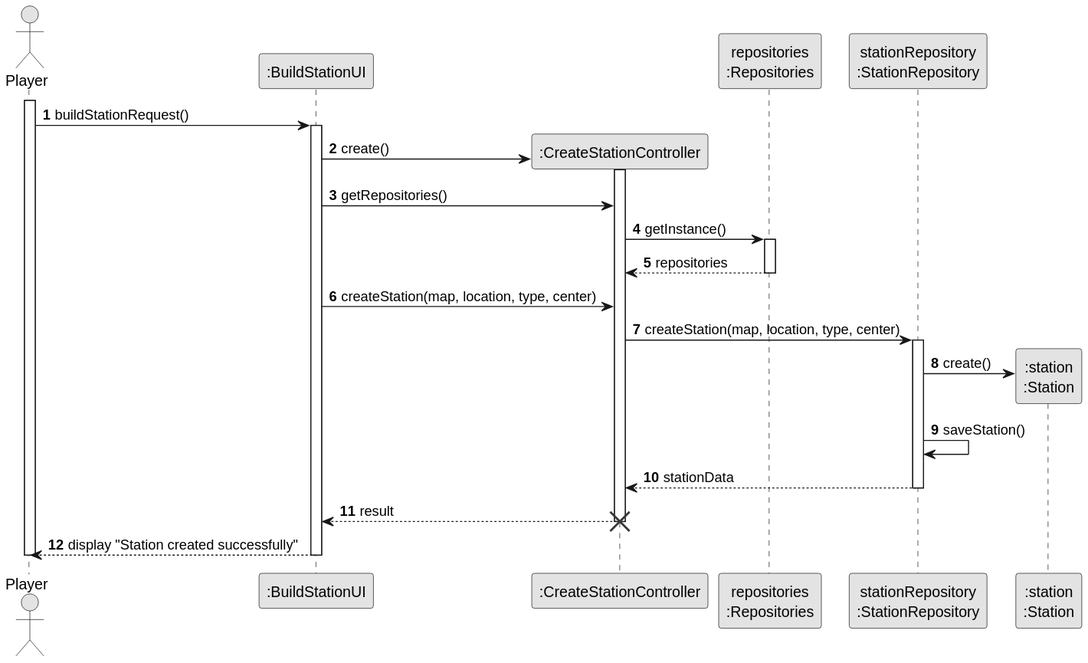
goncalolopesp/sem2-pi-24.25-g093-repo keeps this PlantUML diagram as docs/system-documentation/US005/03.design/svg/US005-SD-createAndSuccess.svg. Above is the earlier version.
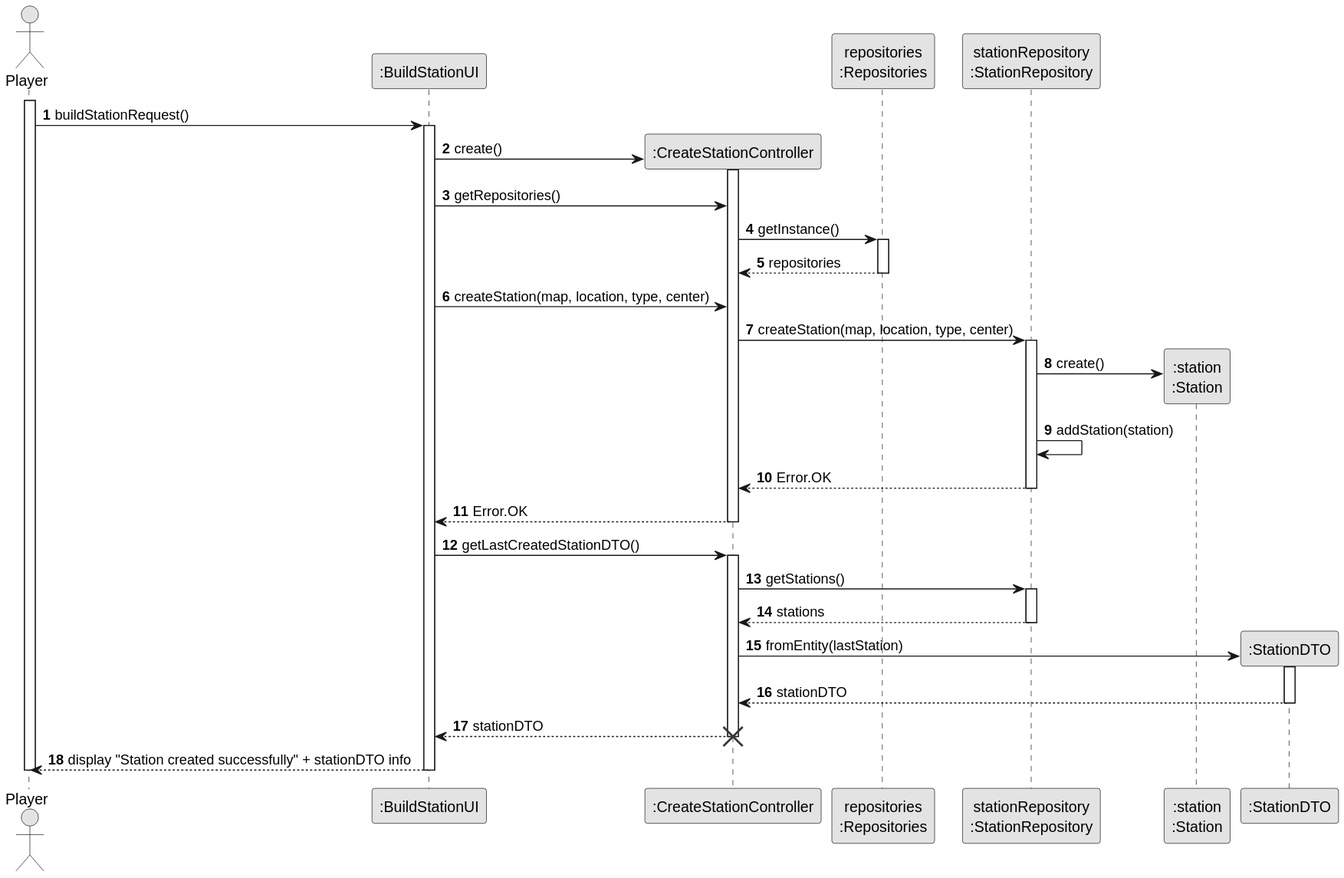
Later version of the same file.

What changed in the source:
```diff
@@ -30,15 +30,31 @@
 
 create ":station\n:Station" as Station
 StationRepository -> Station : create()
-StationRepository -> StationRepository : saveStation()
-StationRepository --> CreateStationController : stationData
+StationRepository -> StationRepository : addStation(station)
+StationRepository --> CreateStationController : Error.OK
 deactivate StationRepository
 
-CreateStationController --> BuildStationUI : result
+CreateStationController --> BuildStationUI : Error.OK
 deactivate CreateStationController
+
+BuildStationUI -> CreateStationController : getLastCreatedStationDTO()
+activate CreateStationController
+CreateStationController -> StationRepository : getStations()
+activate StationRepository
+StationRepository --> CreateStationController : stations
+deactivate StationRepository
+
+create ":StationDTO" as StationDTO
+CreateStationController -> StationDTO : fromEntity(lastStation)
+activate StationDTO
+StationDTO --> CreateStationController : stationDTO
+deactivate StationDTO
+CreateStationController --> BuildStationUI : stationDTO
+deactivate CreateStationController
+
 destroy CreateStationController
 
-BuildStationUI --> Player : display "Station created successfully"
+BuildStationUI --> Player : display "Station created successfully" + stationDTO info
 deactivate BuildStationUI
 deactivate Player
 @enduml
```
